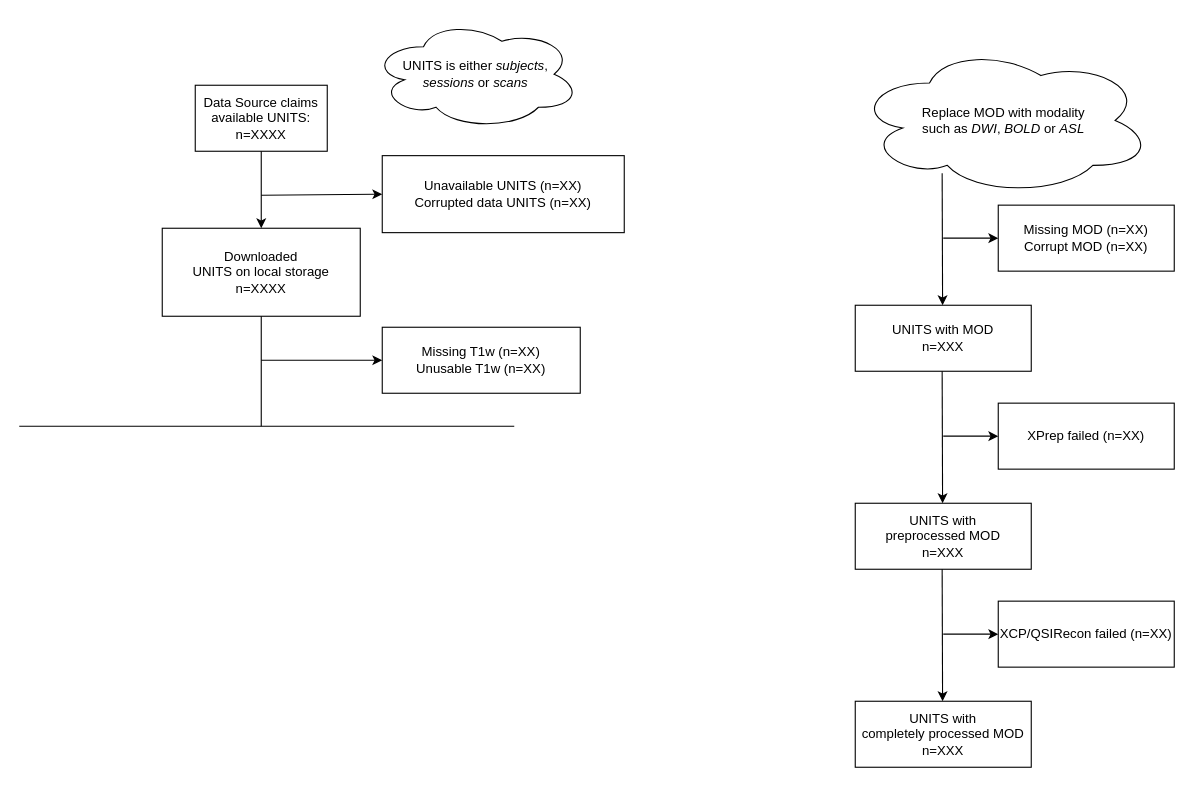
Earlier version of the draw.io diagram PennLINC/Generic/Untitled Diagram.drawio (YumekaMengjiaLYU/RBC). Source tidied: cells renumbered, new cells numbered last; positions are measured from the earlier drawing's top-left corner, leaving out a move shared by most shapes. Both pictures are drawn from the tidied source at 110%, with x=0, y=0 at pixel (19, 19).
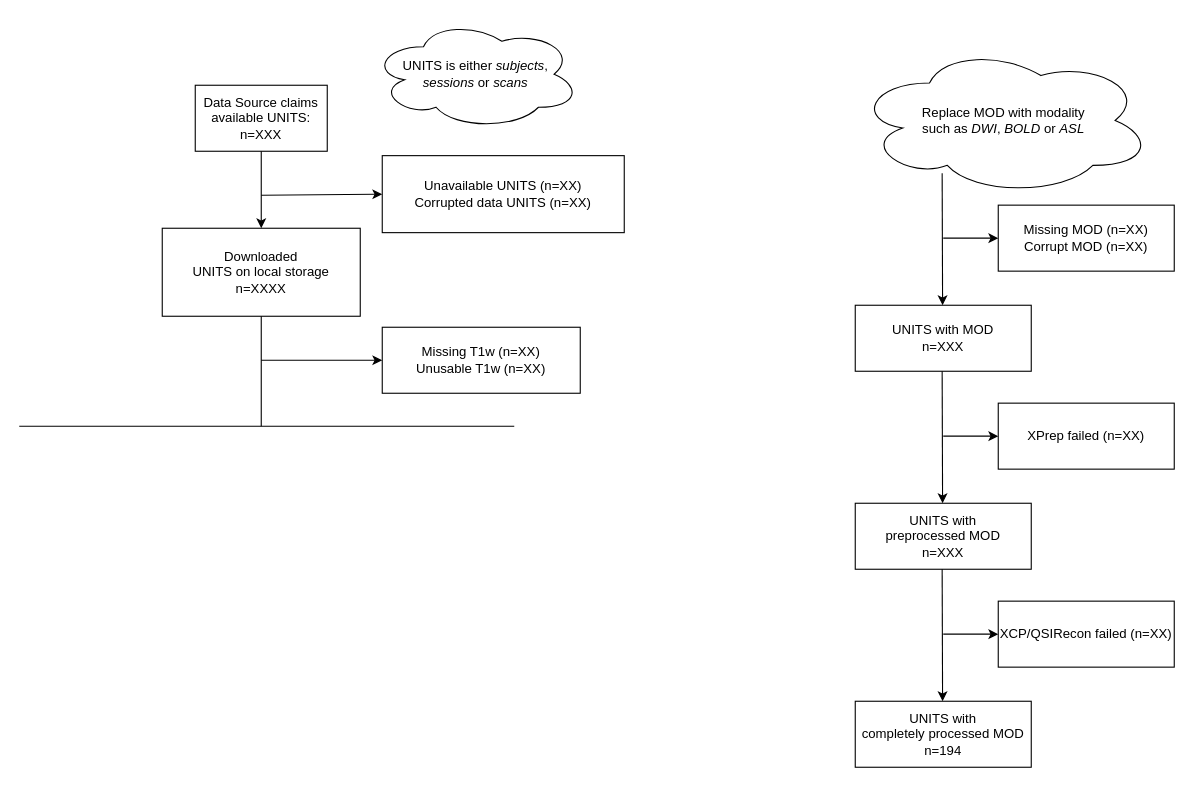
The same page after the edit.

Diff of the diagram source:
```diff
@@
-    <mxCell id="2" value="&lt;div&gt;Data Source claims available UNITS:&lt;/div&gt;&lt;div&gt;n=XXXX&lt;br&gt;&lt;/div&gt;" style="rounded=0;whiteSpace=wrap;html=1;" parent="1" vertex="1">
+    <mxCell id="2" value="&lt;div&gt;Data Source claims available UNITS:&lt;/div&gt;&lt;div&gt;n=XXX&lt;br&gt;&lt;/div&gt;" style="rounded=0;whiteSpace=wrap;html=1;" parent="1" vertex="1">
       <mxGeometry x="160" y="60" width="120" height="60" as="geometry" />
     </mxCell>
@@
-    <mxCell id="23" value="&lt;div&gt;UNITS with&lt;/div&gt;&lt;div&gt;completely processed MOD&lt;/div&gt;&lt;div&gt;n=XXX&lt;br&gt;&lt;/div&gt;" style="rounded=0;whiteSpace=wrap;html=1;" parent="1" vertex="1">
+    <mxCell id="23" value="&lt;div&gt;UNITS with&lt;/div&gt;&lt;div&gt;completely processed MOD&lt;/div&gt;&lt;div&gt;n=194&lt;br&gt;&lt;/div&gt;" style="rounded=0;whiteSpace=wrap;html=1;" parent="1" vertex="1">
       <mxGeometry x="760" y="620" width="160" height="60" as="geometry" />
     </mxCell>
```
